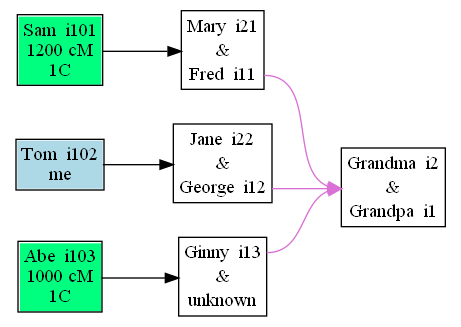
The Graphviz diagram test-data/adop-plus-birth-fam.png in johnandrea/draw-dna-matches, before a commit. Its source is kept beside it as test-data/adop-plus-birth-fam.dot.
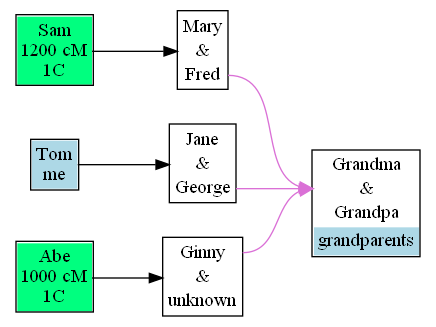
Later version of the same file.

The edit, as a diff of the source:
```diff
@@ -3,44 +3,45 @@
 rankdir=LR;
 f1 [label=<
 <table cellpadding="3" border="1" cellspacing="0" cellborder="0">
-<tr><td port="w">Grandma  i2</td></tr>
+<tr><td port="w">Grandma</td></tr>
 <tr><td port="u" cellpadding="0" cellspacing="0">&amp;</td></tr>
-<tr><td port="h">Grandpa  i1</td></tr>
+<tr><td port="h">Grandpa</td></tr>
+<tr><td bgcolor="lightblue">grandparents</td></tr>
 </table>>];
 f11 [label=<
 <table cellpadding="3" border="1" cellspacing="0" cellborder="0">
-<tr><td port="w">Mary  i21</td></tr>
+<tr><td port="w">Mary</td></tr>
 <tr><td port="u" cellpadding="0" cellspacing="0">&amp;</td></tr>
-<tr><td port="h">Fred  i11</td></tr>
+<tr><td port="h">Fred</td></tr>
 </table>>];
 f12 [label=<
 <table cellpadding="3" border="1" cellspacing="0" cellborder="0">
-<tr><td port="w">Jane  i22</td></tr>
+<tr><td port="w">Jane</td></tr>
 <tr><td port="u" cellpadding="0" cellspacing="0">&amp;</td></tr>
-<tr><td port="h">George  i12</td></tr>
+<tr><td port="h">George</td></tr>
 </table>>];
 f14 [label=<
 <table cellpadding="3" border="1" cellspacing="0" cellborder="0">
-<tr><td port="w">Ginny  i13</td></tr>
+<tr><td port="w">Ginny</td></tr>
 <tr><td port="u" cellpadding="0" cellspacing="0">&amp;</td></tr>
 <tr><td>unknown</td></tr>
 </table>>];
 i103 [label=<
 <table cellpadding="3" border="1" cellspacing="0" cellborder="0">
-<tr><td port="i" bgcolor="springgreen">Abe  i103<br/>1000 cM<br/>1C</td></tr>
+<tr><td port="i" bgcolor="springgreen">Abe<br/>1000 cM<br/>1C</td></tr>
+</table>>];
+i101 [label=<
+<table cellpadding="3" border="1" cellspacing="0" cellborder="0">
+<tr><td port="i" bgcolor="springgreen">Sam<br/>1200 cM<br/>1C</td></tr>
 </table>>];
 i102 [label=<
 <table cellpadding="3" border="1" cellspacing="0" cellborder="0">
-<tr><td port="i" bgcolor="lightblue">Tom  i102<br/>me</td></tr>
-</table>>];
-i101 [label=<
-<table cellpadding="3" border="1" cellspacing="0" cellborder="0">
-<tr><td port="i" bgcolor="springgreen">Sam  i101<br/>1200 cM<br/>1C</td></tr>
+<tr><td port="i" bgcolor="lightblue">Tom<br/>me</td></tr>
 </table>>];
 f12:h -> f1:u [color=orchid];
-i103:i -> f14:u;
 i102:i -> f12:u;
 i101:i -> f11:u;
+f11:h -> f1:u [color=orchid];
+i103:i -> f14:u;
 f14:w -> f1:u [color=orchid];
-f11:h -> f1:u [color=orchid];
 }
```
